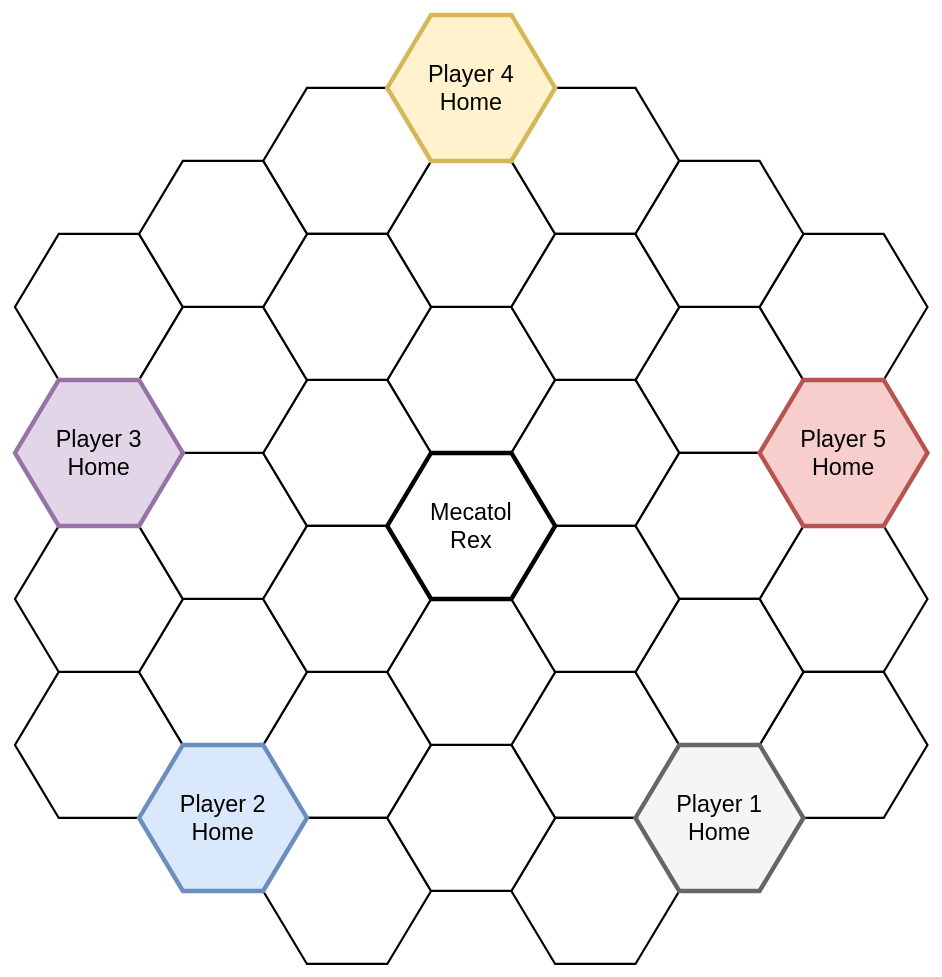
acodcha/ti4-cartographer keeps this draw.io diagram as images/5_players_large.drawio. Above is the earlier version. Source tidied: cells renumbered, new cells numbered last; positions are measured from the earlier drawing's top-left corner, leaving out a move shared by most shapes. Both pictures are drawn from the tidied source at 73%, with x=0, y=0 at pixel (15, 15).
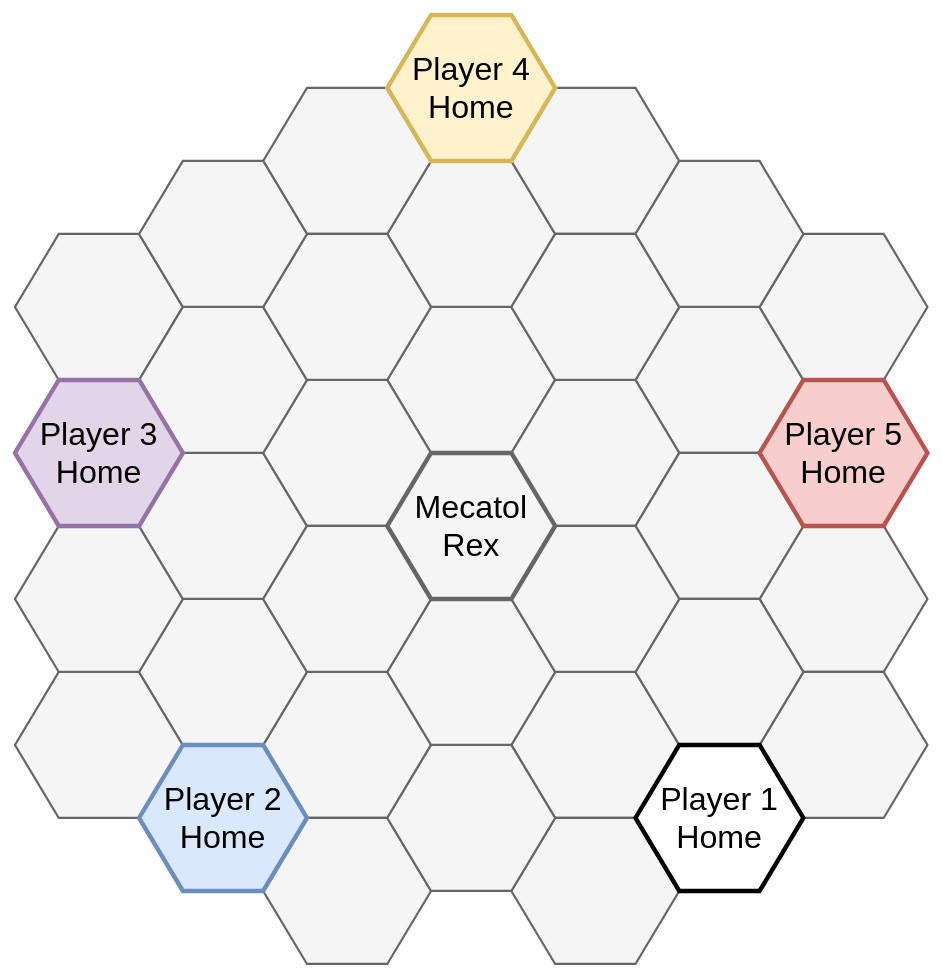
After the change.

What changed in the source:
```diff
@@
-    <mxCell id="2" style="shape=hexagon;perimeter=hexagonPerimeter2;whiteSpace=wrap;html=1;fixedSize=1;size=60;fontSize=32;fontFamily=Helvetica;strokeWidth=3;" parent="1" vertex="1">
+    <mxCell id="2" style="shape=hexagon;perimeter=hexagonPerimeter2;whiteSpace=wrap;html=1;fixedSize=1;size=60;fontSize=44;fontFamily=Helvetica;strokeWidth=3;fillColor=#f5f5f5;strokeColor=#666666;fontColor=#333333;" parent="1" vertex="1">
       <mxGeometry x="850" y="400" width="230" height="200" as="geometry" />
     </mxCell>
-    <mxCell id="3" style="shape=hexagon;perimeter=hexagonPerimeter2;whiteSpace=wrap;html=1;fixedSize=1;size=60;fontSize=32;fontFamily=Helvetica;strokeWidth=3;" parent="1" vertex="1">
+    <mxCell id="3" style="shape=hexagon;perimeter=hexagonPerimeter2;whiteSpace=wrap;html=1;fixedSize=1;size=60;fontSize=44;fontFamily=Helvetica;strokeWidth=3;fillColor=#f5f5f5;strokeColor=#666666;fontColor=#333333;" parent="1" vertex="1">
       <mxGeometry x="510" y="400" width="230" height="200" as="geometry" />
     </mxCell>
-    <mxCell id="4" style="shape=hexagon;perimeter=hexagonPerimeter2;whiteSpace=wrap;html=1;fixedSize=1;size=60;fontSize=32;fontFamily=Helvetica;strokeWidth=3;" parent="1" vertex="1">
+    <mxCell id="4" style="shape=hexagon;perimeter=hexagonPerimeter2;whiteSpace=wrap;html=1;fixedSize=1;size=60;fontSize=44;fontFamily=Helvetica;strokeWidth=3;fillColor=#f5f5f5;strokeColor=#666666;fontColor=#333333;" parent="1" vertex="1">
       <mxGeometry x="510" y="200" width="230" height="200" as="geometry" />
     </mxCell>
-    <mxCell id="5" style="shape=hexagon;perimeter=hexagonPerimeter2;whiteSpace=wrap;html=1;fixedSize=1;size=60;fontSize=32;fontFamily=Helvetica;strokeWidth=3;" parent="1" vertex="1">
+    <mxCell id="5" style="shape=hexagon;perimeter=hexagonPerimeter2;whiteSpace=wrap;html=1;fixedSize=1;size=60;fontSize=44;fontFamily=Helvetica;strokeWidth=3;fillColor=#f5f5f5;strokeColor=#666666;fontColor=#333333;" parent="1" vertex="1">
       <mxGeometry x="680" y="100" width="230" height="200" as="geometry" />
     </mxCell>
-    <mxCell id="6" style="shape=hexagon;perimeter=hexagonPerimeter2;whiteSpace=wrap;html=1;fixedSize=1;size=60;fontSize=32;fontFamily=Helvetica;strokeWidth=3;" parent="1" vertex="1">
+    <mxCell id="6" style="shape=hexagon;perimeter=hexagonPerimeter2;whiteSpace=wrap;html=1;fixedSize=1;size=60;fontSize=44;fontFamily=Helvetica;strokeWidth=3;fillColor=#f5f5f5;strokeColor=#666666;fontColor=#333333;" parent="1" vertex="1">
       <mxGeometry x="340" y="100" width="230" height="200" as="geometry" />
     </mxCell>
-    <mxCell id="7" style="shape=hexagon;perimeter=hexagonPerimeter2;whiteSpace=wrap;html=1;fixedSize=1;size=60;fontSize=32;fontFamily=Helvetica;strokeWidth=3;" parent="1" vertex="1">
+    <mxCell id="7" style="shape=hexagon;perimeter=hexagonPerimeter2;whiteSpace=wrap;html=1;fixedSize=1;size=60;fontSize=44;fontFamily=Helvetica;strokeWidth=3;fillColor=#f5f5f5;strokeColor=#666666;fontColor=#333333;" parent="1" vertex="1">
       <mxGeometry y="900" width="230" height="200" as="geometry" />
     </mxCell>
-    <mxCell id="8" style="shape=hexagon;perimeter=hexagonPerimeter2;whiteSpace=wrap;html=1;fixedSize=1;size=60;fontSize=32;fontFamily=Helvetica;strokeWidth=3;" parent="1" vertex="1">
+    <mxCell id="8" style="shape=hexagon;perimeter=hexagonPerimeter2;whiteSpace=wrap;html=1;fixedSize=1;size=60;fontSize=44;fontFamily=Helvetica;strokeWidth=3;fillColor=#f5f5f5;strokeColor=#666666;fontColor=#333333;" parent="1" vertex="1">
       <mxGeometry x="340" y="900" width="230" height="200" as="geometry" />
     </mxCell>
-    <mxCell id="9" style="shape=hexagon;perimeter=hexagonPerimeter2;whiteSpace=wrap;html=1;fixedSize=1;size=60;fontSize=32;fontFamily=Helvetica;strokeWidth=3;" parent="1" vertex="1">
+    <mxCell id="9" style="shape=hexagon;perimeter=hexagonPerimeter2;whiteSpace=wrap;html=1;fixedSize=1;size=60;fontSize=44;fontFamily=Helvetica;strokeWidth=3;fillColor=#f5f5f5;strokeColor=#666666;fontColor=#333333;" parent="1" vertex="1">
       <mxGeometry x="340" y="1100" width="230" height="200" as="geometry" />
     </mxCell>
-    <mxCell id="10" style="shape=hexagon;perimeter=hexagonPerimeter2;whiteSpace=wrap;html=1;fixedSize=1;size=60;fontSize=32;fontFamily=Helvetica;strokeWidth=3;" parent="1" vertex="1">
+    <mxCell id="10" style="shape=hexagon;perimeter=hexagonPerimeter2;whiteSpace=wrap;html=1;fixedSize=1;size=60;fontSize=44;fontFamily=Helvetica;strokeWidth=3;fillColor=#f5f5f5;strokeColor=#666666;fontColor=#333333;" parent="1" vertex="1">
       <mxGeometry x="1020" y="700" width="230" height="200" as="geometry" />
     </mxCell>
-    <mxCell id="11" style="shape=hexagon;perimeter=hexagonPerimeter2;whiteSpace=wrap;html=1;fixedSize=1;size=60;fontSize=32;fontFamily=Helvetica;strokeWidth=3;" parent="1" vertex="1">
+    <mxCell id="11" style="shape=hexagon;perimeter=hexagonPerimeter2;whiteSpace=wrap;html=1;fixedSize=1;size=60;fontSize=44;fontFamily=Helvetica;strokeWidth=3;fillColor=#f5f5f5;strokeColor=#666666;fontColor=#333333;" parent="1" vertex="1">
       <mxGeometry x="680" y="500" width="230" height="200" as="geometry" />
     </mxCell>
-    <mxCell id="12" style="shape=hexagon;perimeter=hexagonPerimeter2;whiteSpace=wrap;html=1;fixedSize=1;size=60;fontSize=32;fontFamily=Helvetica;strokeWidth=3;" parent="1" vertex="1">
+    <mxCell id="12" style="shape=hexagon;perimeter=hexagonPerimeter2;whiteSpace=wrap;html=1;fixedSize=1;size=60;fontSize=44;fontFamily=Helvetica;strokeWidth=3;fillColor=#f5f5f5;strokeColor=#666666;fontColor=#333333;" parent="1" vertex="1">
       <mxGeometry x="850" y="600" width="230" height="200" as="geometry" />
     </mxCell>
-    <mxCell id="13" style="shape=hexagon;perimeter=hexagonPerimeter2;whiteSpace=wrap;html=1;fixedSize=1;size=60;fontSize=32;fontFamily=Helvetica;strokeWidth=3;" parent="1" vertex="1">
+    <mxCell id="13" style="shape=hexagon;perimeter=hexagonPerimeter2;whiteSpace=wrap;html=1;fixedSize=1;size=60;fontSize=44;fontFamily=Helvetica;strokeWidth=3;fillColor=#f5f5f5;strokeColor=#666666;fontColor=#333333;" parent="1" vertex="1">
       <mxGeometry x="1020" y="300" width="230" height="200" as="geometry" />
     </mxCell>
-    <mxCell id="14" style="shape=hexagon;perimeter=hexagonPerimeter2;whiteSpace=wrap;html=1;fixedSize=1;size=60;fontSize=32;fontFamily=Helvetica;strokeWidth=3;" parent="1" vertex="1">
+    <mxCell id="14" style="shape=hexagon;perimeter=hexagonPerimeter2;whiteSpace=wrap;html=1;fixedSize=1;size=60;fontSize=44;fontFamily=Helvetica;strokeWidth=3;fillColor=#f5f5f5;strokeColor=#666666;fontColor=#333333;" parent="1" vertex="1">
       <mxGeometry x="680" y="900" width="230" height="200" as="geometry" />
     </mxCell>
-    <mxCell id="15" style="shape=hexagon;perimeter=hexagonPerimeter2;whiteSpace=wrap;html=1;fixedSize=1;size=60;fontSize=32;fontFamily=Helvetica;strokeWidth=3;" parent="1" vertex="1">
+    <mxCell id="15" style="shape=hexagon;perimeter=hexagonPerimeter2;whiteSpace=wrap;html=1;fixedSize=1;size=60;fontSize=44;fontFamily=Helvetica;strokeWidth=3;fillColor=#f5f5f5;strokeColor=#666666;fontColor=#333333;" parent="1" vertex="1">
       <mxGeometry x="680" y="1100" width="230" height="200" as="geometry" />
     </mxCell>
-    <mxCell id="16" style="shape=hexagon;perimeter=hexagonPerimeter2;whiteSpace=wrap;html=1;fixedSize=1;size=60;fontSize=32;fontFamily=Helvetica;strokeWidth=3;" parent="1" vertex="1">
+    <mxCell id="16" style="shape=hexagon;perimeter=hexagonPerimeter2;whiteSpace=wrap;html=1;fixedSize=1;size=60;fontSize=44;fontFamily=Helvetica;strokeWidth=3;fillColor=#f5f5f5;strokeColor=#666666;fontColor=#333333;" parent="1" vertex="1">
       <mxGeometry x="1020" y="900" width="230" height="200" as="geometry" />
     </mxCell>
-    <mxCell id="17" style="shape=hexagon;perimeter=hexagonPerimeter2;whiteSpace=wrap;html=1;fixedSize=1;size=60;fontSize=32;fontFamily=Helvetica;strokeWidth=3;" parent="1" vertex="1">
+    <mxCell id="17" style="shape=hexagon;perimeter=hexagonPerimeter2;whiteSpace=wrap;html=1;fixedSize=1;size=60;fontSize=44;fontFamily=Helvetica;strokeWidth=3;fillColor=#f5f5f5;strokeColor=#666666;fontColor=#333333;" parent="1" vertex="1">
       <mxGeometry x="510" y="1000" width="230" height="200" as="geometry" />
     </mxCell>
-    <mxCell id="18" style="shape=hexagon;perimeter=hexagonPerimeter2;whiteSpace=wrap;html=1;fixedSize=1;size=60;fontSize=32;fontFamily=Helvetica;strokeWidth=3;" parent="1" vertex="1">
+    <mxCell id="18" style="shape=hexagon;perimeter=hexagonPerimeter2;whiteSpace=wrap;html=1;fixedSize=1;size=60;fontSize=44;fontFamily=Helvetica;strokeWidth=3;fillColor=#f5f5f5;strokeColor=#666666;fontColor=#333333;" parent="1" vertex="1">
       <mxGeometry x="510" y="800" width="230" height="200" as="geometry" />
     </mxCell>
-    <mxCell id="19" style="shape=hexagon;perimeter=hexagonPerimeter2;whiteSpace=wrap;html=1;fixedSize=1;size=60;fontSize=32;fontFamily=Helvetica;strokeWidth=3;" parent="1" vertex="1">
+    <mxCell id="19" style="shape=hexagon;perimeter=hexagonPerimeter2;whiteSpace=wrap;html=1;fixedSize=1;size=60;fontSize=44;fontFamily=Helvetica;strokeWidth=3;fillColor=#f5f5f5;strokeColor=#666666;fontColor=#333333;" parent="1" vertex="1">
       <mxGeometry x="170" y="800" width="230" height="200" as="geometry" />
     </mxCell>
-    <mxCell id="20" style="shape=hexagon;perimeter=hexagonPerimeter2;whiteSpace=wrap;html=1;fixedSize=1;size=60;fontSize=32;fontFamily=Helvetica;strokeWidth=3;" parent="1" vertex="1">
+    <mxCell id="20" style="shape=hexagon;perimeter=hexagonPerimeter2;whiteSpace=wrap;html=1;fixedSize=1;size=60;fontSize=44;fontFamily=Helvetica;strokeWidth=3;fillColor=#f5f5f5;strokeColor=#666666;fontColor=#333333;" parent="1" vertex="1">
       <mxGeometry x="680" y="300" width="230" height="200" as="geometry" />
     </mxCell>
-    <mxCell id="21" style="shape=hexagon;perimeter=hexagonPerimeter2;whiteSpace=wrap;html=1;fixedSize=1;size=60;fontSize=32;fontFamily=Helvetica;strokeWidth=3;" parent="1" vertex="1">
+    <mxCell id="21" style="shape=hexagon;perimeter=hexagonPerimeter2;whiteSpace=wrap;html=1;fixedSize=1;size=60;fontSize=44;fontFamily=Helvetica;strokeWidth=3;fillColor=#f5f5f5;strokeColor=#666666;fontColor=#333333;" parent="1" vertex="1">
       <mxGeometry x="850" y="200" width="230" height="200" as="geometry" />
     </mxCell>
-    <mxCell id="22" style="shape=hexagon;perimeter=hexagonPerimeter2;whiteSpace=wrap;html=1;fixedSize=1;size=60;fontSize=32;fontFamily=Helvetica;strokeWidth=3;" parent="1" vertex="1">
+    <mxCell id="22" style="shape=hexagon;perimeter=hexagonPerimeter2;whiteSpace=wrap;html=1;fixedSize=1;size=60;fontSize=44;fontFamily=Helvetica;strokeWidth=3;fillColor=#f5f5f5;strokeColor=#666666;fontColor=#333333;" parent="1" vertex="1">
       <mxGeometry x="850" y="800" width="230" height="200" as="geometry" />
     </mxCell>
-    <mxCell id="23" style="shape=hexagon;perimeter=hexagonPerimeter2;whiteSpace=wrap;html=1;fixedSize=1;size=60;fontSize=32;fontFamily=Helvetica;strokeWidth=3;" parent="1" vertex="1">
+    <mxCell id="23" style="shape=hexagon;perimeter=hexagonPerimeter2;whiteSpace=wrap;html=1;fixedSize=1;size=60;fontSize=44;fontFamily=Helvetica;strokeWidth=3;fillColor=#f5f5f5;strokeColor=#666666;fontColor=#333333;" parent="1" vertex="1">
       <mxGeometry y="300" width="230" height="200" as="geometry" />
     </mxCell>
-    <mxCell id="24" style="shape=hexagon;perimeter=hexagonPerimeter2;whiteSpace=wrap;html=1;fixedSize=1;size=60;fontSize=32;fontFamily=Helvetica;strokeWidth=3;" parent="1" vertex="1">
+    <mxCell id="24" style="shape=hexagon;perimeter=hexagonPerimeter2;whiteSpace=wrap;html=1;fixedSize=1;size=60;fontSize=44;fontFamily=Helvetica;strokeWidth=3;fillColor=#f5f5f5;strokeColor=#666666;fontColor=#333333;" parent="1" vertex="1">
       <mxGeometry y="700" width="230" height="200" as="geometry" />
     </mxCell>
-    <mxCell id="25" style="shape=hexagon;perimeter=hexagonPerimeter2;whiteSpace=wrap;html=1;fixedSize=1;size=60;fontSize=32;fontFamily=Helvetica;strokeWidth=3;" parent="1" vertex="1">
+    <mxCell id="25" style="shape=hexagon;perimeter=hexagonPerimeter2;whiteSpace=wrap;html=1;fixedSize=1;size=60;fontSize=44;fontFamily=Helvetica;strokeWidth=3;fillColor=#f5f5f5;strokeColor=#666666;fontColor=#333333;" parent="1" vertex="1">
       <mxGeometry x="170" y="600" width="230" height="200" as="geometry" />
     </mxCell>
-    <mxCell id="26" style="shape=hexagon;perimeter=hexagonPerimeter2;whiteSpace=wrap;html=1;fixedSize=1;size=60;fontSize=32;fontFamily=Helvetica;strokeWidth=3;" parent="1" vertex="1">
+    <mxCell id="26" style="shape=hexagon;perimeter=hexagonPerimeter2;whiteSpace=wrap;html=1;fixedSize=1;size=60;fontSize=44;fontFamily=Helvetica;strokeWidth=3;fillColor=#f5f5f5;strokeColor=#666666;fontColor=#333333;" parent="1" vertex="1">
       <mxGeometry x="340" y="500" width="230" height="200" as="geometry" />
     </mxCell>
-    <mxCell id="27" style="shape=hexagon;perimeter=hexagonPerimeter2;whiteSpace=wrap;html=1;fixedSize=1;size=60;fontSize=32;fontFamily=Helvetica;strokeWidth=3;" parent="1" vertex="1">
+    <mxCell id="27" style="shape=hexagon;perimeter=hexagonPerimeter2;whiteSpace=wrap;html=1;fixedSize=1;size=60;fontSize=44;fontFamily=Helvetica;strokeWidth=3;fillColor=#f5f5f5;strokeColor=#666666;fontColor=#333333;" parent="1" vertex="1">
       <mxGeometry x="170" y="400" width="230" height="200" as="geometry" />
     </mxCell>
-    <mxCell id="28" style="shape=hexagon;perimeter=hexagonPerimeter2;whiteSpace=wrap;html=1;fixedSize=1;size=60;fontSize=32;fontFamily=Helvetica;strokeWidth=3;" parent="1" vertex="1">
+    <mxCell id="28" style="shape=hexagon;perimeter=hexagonPerimeter2;whiteSpace=wrap;html=1;fixedSize=1;size=60;fontSize=44;fontFamily=Helvetica;strokeWidth=3;fillColor=#f5f5f5;strokeColor=#666666;fontColor=#333333;" parent="1" vertex="1">
       <mxGeometry x="340" y="300" width="230" height="200" as="geometry" />
     </mxCell>
-    <mxCell id="29" style="shape=hexagon;perimeter=hexagonPerimeter2;whiteSpace=wrap;html=1;fixedSize=1;size=60;fontSize=32;fontFamily=Helvetica;strokeWidth=3;" parent="1" vertex="1">
+    <mxCell id="29" style="shape=hexagon;perimeter=hexagonPerimeter2;whiteSpace=wrap;html=1;fixedSize=1;size=60;fontSize=44;fontFamily=Helvetica;strokeWidth=3;fillColor=#f5f5f5;strokeColor=#666666;fontColor=#333333;" parent="1" vertex="1">
       <mxGeometry x="170" y="200" width="230" height="200" as="geometry" />
     </mxCell>
-    <mxCell id="30" style="shape=hexagon;perimeter=hexagonPerimeter2;whiteSpace=wrap;html=1;fixedSize=1;size=60;fontSize=32;fontFamily=Helvetica;strokeWidth=3;" parent="1" vertex="1">
+    <mxCell id="30" style="shape=hexagon;perimeter=hexagonPerimeter2;whiteSpace=wrap;html=1;fixedSize=1;size=60;fontSize=44;fontFamily=Helvetica;strokeWidth=3;fillColor=#f5f5f5;strokeColor=#666666;fontColor=#333333;" parent="1" vertex="1">
       <mxGeometry x="680" y="700" width="230" height="200" as="geometry" />
     </mxCell>
-    <mxCell id="31" style="shape=hexagon;perimeter=hexagonPerimeter2;whiteSpace=wrap;html=1;fixedSize=1;size=60;fontSize=32;fontFamily=Helvetica;strokeWidth=3;" parent="1" vertex="1">
+    <mxCell id="31" style="shape=hexagon;perimeter=hexagonPerimeter2;whiteSpace=wrap;html=1;fixedSize=1;size=60;fontSize=44;fontFamily=Helvetica;strokeWidth=3;fillColor=#f5f5f5;strokeColor=#666666;fontColor=#333333;" parent="1" vertex="1">
       <mxGeometry x="340" y="700" width="230" height="200" as="geometry" />
     </mxCell>
-    <mxCell id="32" value="Player 1&lt;br style=&quot;font-size: 32px;&quot;&gt;Home" style="shape=hexagon;perimeter=hexagonPerimeter2;whiteSpace=wrap;html=1;fixedSize=1;size=60;fontSize=32;fontFamily=Helvetica;strokeWidth=6;fillColor=#f5f5f5;strokeColor=#666666;" parent="1" vertex="1">
+    <mxCell id="32" value="Player 1&lt;br style=&quot;font-size: 44px;&quot;&gt;Home" style="shape=hexagon;perimeter=hexagonPerimeter2;whiteSpace=wrap;html=1;fixedSize=1;size=60;fontSize=44;fontFamily=Helvetica;strokeWidth=6;" parent="1" vertex="1">
       <mxGeometry x="850" y="1000" width="230" height="200" as="geometry" />
     </mxCell>
-    <mxCell id="33" value="Player 2&lt;br style=&quot;font-size: 32px;&quot;&gt;Home" style="shape=hexagon;perimeter=hexagonPerimeter2;whiteSpace=wrap;html=1;fixedSize=1;size=60;fontSize=32;fontFamily=Helvetica;fillColor=#dae8fc;strokeColor=#6c8ebf;strokeWidth=6;" parent="1" vertex="1">
+    <mxCell id="33" value="Player 2&lt;br style=&quot;font-size: 44px;&quot;&gt;Home" style="shape=hexagon;perimeter=hexagonPerimeter2;whiteSpace=wrap;html=1;fixedSize=1;size=60;fontSize=44;fontFamily=Helvetica;fillColor=#dae8fc;strokeColor=#6c8ebf;strokeWidth=6;" parent="1" vertex="1">
       <mxGeometry x="170" y="1000" width="230" height="200" as="geometry" />
     </mxCell>
-    <mxCell id="34" value="Player 3&lt;br style=&quot;font-size: 32px;&quot;&gt;Home" style="shape=hexagon;perimeter=hexagonPerimeter2;whiteSpace=wrap;html=1;fixedSize=1;size=60;fontSize=32;fontFamily=Helvetica;fillColor=#e1d5e7;strokeColor=#9673a6;strokeWidth=6;" parent="1" vertex="1">
+    <mxCell id="34" value="Player 3&lt;br style=&quot;font-size: 44px;&quot;&gt;Home" style="shape=hexagon;perimeter=hexagonPerimeter2;whiteSpace=wrap;html=1;fixedSize=1;size=60;fontSize=44;fontFamily=Helvetica;fillColor=#e1d5e7;strokeColor=#9673a6;strokeWidth=6;" parent="1" vertex="1">
       <mxGeometry y="500" width="230" height="200" as="geometry" />
     </mxCell>
-    <mxCell id="35" value="Player 4&lt;br style=&quot;font-size: 32px;&quot;&gt;Home" style="shape=hexagon;perimeter=hexagonPerimeter2;whiteSpace=wrap;html=1;fixedSize=1;size=60;fontSize=32;fontFamily=Helvetica;fillColor=#fff2cc;strokeColor=#d6b656;strokeWidth=6;" parent="1" vertex="1">
+    <mxCell id="35" value="Player 4&lt;br style=&quot;font-size: 44px;&quot;&gt;Home" style="shape=hexagon;perimeter=hexagonPerimeter2;whiteSpace=wrap;html=1;fixedSize=1;size=60;fontSize=44;fontFamily=Helvetica;fillColor=#fff2cc;strokeColor=#d6b656;strokeWidth=6;" parent="1" vertex="1">
       <mxGeometry x="510" width="230" height="200" as="geometry" />
     </mxCell>
-    <mxCell id="36" value="Player 5&lt;br style=&quot;font-size: 32px;&quot;&gt;Home" style="shape=hexagon;perimeter=hexagonPerimeter2;whiteSpace=wrap;html=1;fixedSize=1;size=60;fontSize=32;fontFamily=Helvetica;fillColor=#f8cecc;strokeColor=#b85450;strokeWidth=6;" parent="1" vertex="1">
+    <mxCell id="36" value="Player 5&lt;br style=&quot;font-size: 44px;&quot;&gt;Home" style="shape=hexagon;perimeter=hexagonPerimeter2;whiteSpace=wrap;html=1;fixedSize=1;size=60;fontSize=44;fontFamily=Helvetica;fillColor=#f8cecc;strokeColor=#b85450;strokeWidth=6;" parent="1" vertex="1">
       <mxGeometry x="1020" y="500" width="230" height="200" as="geometry" />
     </mxCell>
-    <mxCell id="37" value="Mecatol&lt;br style=&quot;font-size: 32px;&quot;&gt;Rex" style="shape=hexagon;perimeter=hexagonPerimeter2;whiteSpace=wrap;html=1;fixedSize=1;size=60;fontSize=32;fontFamily=Helvetica;strokeWidth=6;" parent="1" vertex="1">
+    <mxCell id="37" value="Mecatol&lt;br style=&quot;font-size: 44px;&quot;&gt;Rex" style="shape=hexagon;perimeter=hexagonPerimeter2;whiteSpace=wrap;html=1;fixedSize=1;size=60;fontSize=44;fontFamily=Helvetica;strokeWidth=6;fillColor=#f5f5f5;strokeColor=#666666;" parent="1" vertex="1">
       <mxGeometry x="510" y="600" width="230" height="200" as="geometry" />
     </mxCell>
```
